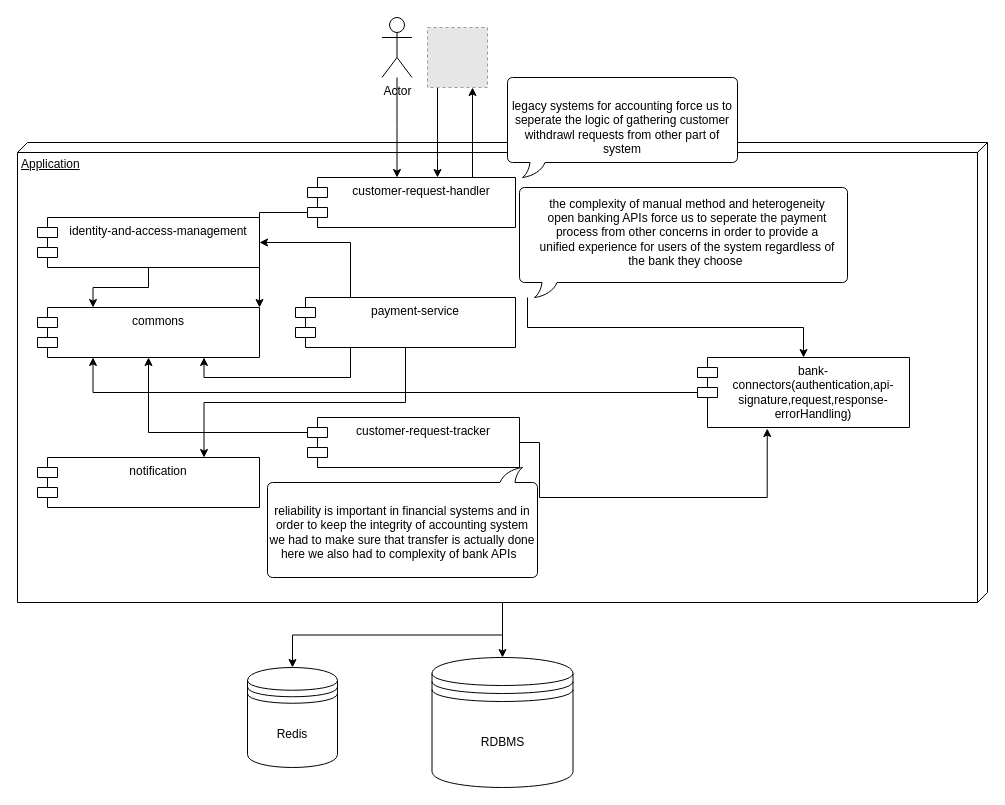
Earlier version of the draw.io diagram image/Untitled Diagram.drawio (shakerdonyavi/wallet). Source tidied: cells renumbered, new cells numbered last; positions are measured from the earlier drawing's top-left corner, leaving out a move shared by most shapes. Both pictures are drawn from the tidied source at 100%, with x=0, y=0 at pixel (17, 17). Pictures stored in the file or linked from it are replaced by grey dashed boxes.
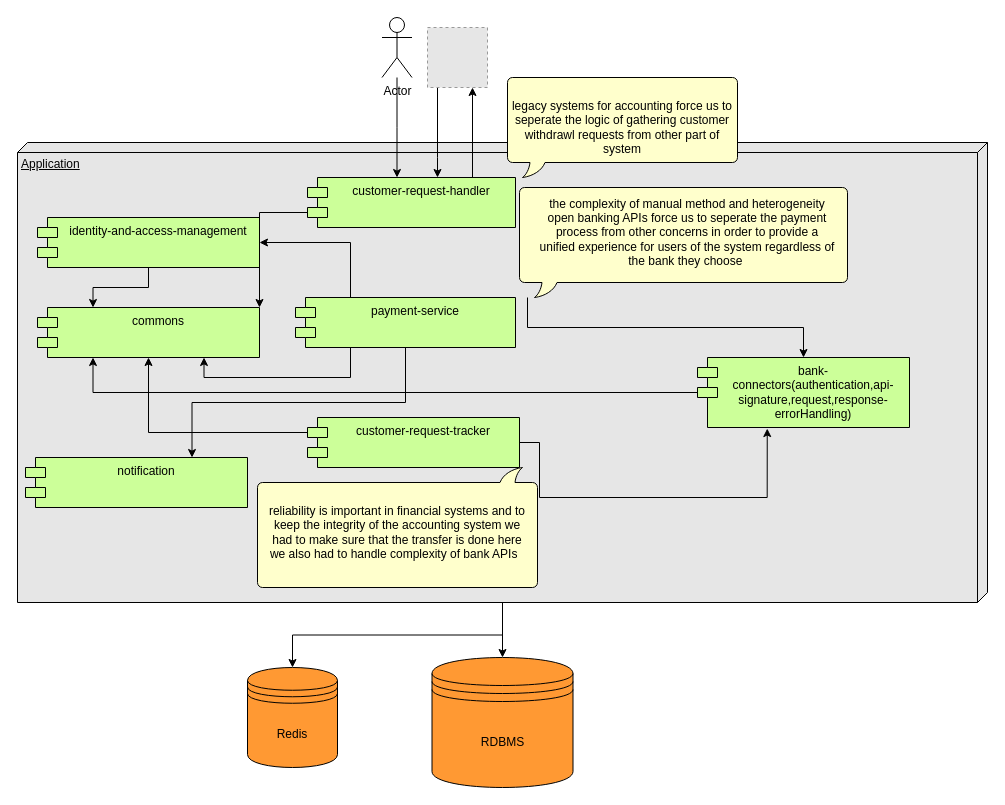
The same diagram, later.

The edit, as a diff of the source:
```diff
@@
-    <mxCell id="4" value="Application" style="verticalAlign=top;align=left;spacingTop=8;spacingLeft=2;spacingRight=12;shape=cube;size=10;direction=south;fontStyle=4;html=1;whiteSpace=wrap;" parent="1" vertex="1">
+    <mxCell id="4" value="Application" style="verticalAlign=top;align=left;spacingTop=8;spacingLeft=2;spacingRight=12;shape=cube;size=10;direction=south;fontStyle=4;html=1;whiteSpace=wrap;fillColor=#E6E6E6;" parent="1" vertex="1">
       <mxGeometry y="125" width="970" height="460" as="geometry" />
     </mxCell>
@@
-    <mxCell id="7" value="customer-request-tracker" style="shape=module;align=left;spacingLeft=20;align=center;verticalAlign=top;whiteSpace=wrap;html=1;" parent="1" vertex="1">
+    <mxCell id="7" value="customer-request-tracker" style="shape=module;align=left;spacingLeft=20;align=center;verticalAlign=top;whiteSpace=wrap;html=1;fillColor=#CCFF99;" parent="1" vertex="1">
       <mxGeometry x="290" y="400" width="212" height="50" as="geometry" />
     </mxCell>
@@
-    <mxCell id="9" value="identity-and-access-management&lt;br&gt;" style="shape=module;align=left;spacingLeft=20;align=center;verticalAlign=top;whiteSpace=wrap;html=1;" parent="1" vertex="1">
+    <mxCell id="9" value="identity-and-access-management&lt;br&gt;" style="shape=module;align=left;spacingLeft=20;align=center;verticalAlign=top;whiteSpace=wrap;html=1;fillColor=#CCFF99;" parent="1" vertex="1">
       <mxGeometry x="20" y="200" width="222" height="50" as="geometry" />
     </mxCell>
-    <mxCell id="10" value="commons" style="shape=module;align=left;spacingLeft=20;align=center;verticalAlign=top;whiteSpace=wrap;html=1;" parent="1" vertex="1">
+    <mxCell id="10" value="commons" style="shape=module;align=left;spacingLeft=20;align=center;verticalAlign=top;whiteSpace=wrap;html=1;fillColor=#CCFF99;" parent="1" vertex="1">
       <mxGeometry x="20" y="290" width="222" height="50" as="geometry" />
     </mxCell>
-    <mxCell id="11" value="RDBMS" style="shape=datastore;whiteSpace=wrap;html=1;" parent="1" vertex="1">
+    <mxCell id="11" value="RDBMS" style="shape=datastore;whiteSpace=wrap;html=1;fillColor=#FF9933;" parent="1" vertex="1">
       <mxGeometry x="414.5" y="640" width="141" height="130" as="geometry" />
     </mxCell>
@@
-    <mxCell id="16" value="payment-service&lt;br&gt;" style="shape=module;align=left;spacingLeft=20;align=center;verticalAlign=top;whiteSpace=wrap;html=1;" parent="1" vertex="1">
+    <mxCell id="16" value="payment-service&lt;br&gt;" style="shape=module;align=left;spacingLeft=20;align=center;verticalAlign=top;whiteSpace=wrap;html=1;fillColor=#CCFF99;" parent="1" vertex="1">
       <mxGeometry x="278" y="280" width="220" height="50" as="geometry" />
     </mxCell>
@@
-    <mxCell id="18" value="bank-connectors(authentication,api-signature,request,response-errorHandling)" style="shape=module;align=left;spacingLeft=20;align=center;verticalAlign=top;whiteSpace=wrap;html=1;" parent="1" vertex="1">
+    <mxCell id="18" value="bank-connectors(authentication,api-signature,request,response-errorHandling)" style="shape=module;align=left;spacingLeft=20;align=center;verticalAlign=top;whiteSpace=wrap;html=1;fillColor=#CCFF99;" parent="1" vertex="1">
       <mxGeometry x="680" y="340" width="212" height="70" as="geometry" />
     </mxCell>
@@
-    <mxCell id="21" value="customer-request-handler&lt;br&gt;" style="shape=module;align=left;spacingLeft=20;align=center;verticalAlign=top;whiteSpace=wrap;html=1;" parent="1" vertex="1">
+    <mxCell id="21" value="customer-request-handler&lt;br&gt;" style="shape=module;align=left;spacingLeft=20;align=center;verticalAlign=top;whiteSpace=wrap;html=1;fillColor=#CCFF99;" parent="1" vertex="1">
       <mxGeometry x="290" y="160" width="208" height="50" as="geometry" />
     </mxCell>
@@
-    <mxCell id="26" value="Redis" style="shape=datastore;whiteSpace=wrap;html=1;" parent="1" vertex="1">
+    <mxCell id="26" value="Redis" style="shape=datastore;whiteSpace=wrap;html=1;fillColor=#FF9933;" parent="1" vertex="1">
       <mxGeometry x="230" y="650" width="90" height="100" as="geometry" />
     </mxCell>
-    <mxCell id="27" style="whiteSpace=wrap;html=1;shape=mxgraph.basic.roundRectCallout;dx=30;dy=15;size=5;boundedLbl=1;" parent="1" vertex="1">
+    <mxCell id="27" style="whiteSpace=wrap;html=1;shape=mxgraph.basic.roundRectCallout;dx=30;dy=15;size=5;boundedLbl=1;fillColor=#FFFFCC;" parent="1" vertex="1">
       <mxGeometry x="490" y="60" width="230" height="100" as="geometry" />
     </mxCell>
@@
-    <mxCell id="29" style="whiteSpace=wrap;html=1;shape=mxgraph.basic.roundRectCallout;dx=30;dy=15;size=5;boundedLbl=1;" parent="1" vertex="1">
+    <mxCell id="29" style="whiteSpace=wrap;html=1;shape=mxgraph.basic.roundRectCallout;dx=30;dy=15;size=5;boundedLbl=1;fillColor=#FFFFCC;" parent="1" vertex="1">
       <mxGeometry x="502" y="170" width="328" height="110" as="geometry" />
     </mxCell>
@@
-    <mxCell id="31" style="whiteSpace=wrap;html=1;shape=mxgraph.basic.roundRectCallout;dx=30;dy=15;size=5;boundedLbl=1;rotation=-180;" parent="1" vertex="1">
-      <mxGeometry x="250" y="450" width="270" height="110" as="geometry" />
+    <mxCell id="31" style="whiteSpace=wrap;html=1;shape=mxgraph.basic.roundRectCallout;dx=30;dy=15;size=5;boundedLbl=1;rotation=-180;fillColor=#FFFFCC;" parent="1" vertex="1">
+      <mxGeometry x="240" y="450" width="280" height="120" as="geometry" />
     </mxCell>
-    <mxCell id="32" value="reliability is important in financial systems and in order to keep the integrity of accounting system we had to make sure that transfer is actually done here we also had to complexity of bank APIs&amp;nbsp;&amp;nbsp;" style="text;html=1;strokeColor=none;fillColor=none;align=center;verticalAlign=middle;whiteSpace=wrap;rounded=0;" parent="1" vertex="1">
-      <mxGeometry x="250" y="475" width="270" height="80" as="geometry" />
+    <mxCell id="32" value="reliability is important in financial systems and to keep the integrity of the accounting system we had to make sure that the transfer is done here we also had to handle complexity of bank APIs&amp;nbsp;&amp;nbsp;" style="text;html=1;strokeColor=#FFFFCC;fillColor=none;align=center;verticalAlign=middle;whiteSpace=wrap;rounded=0;" parent="1" vertex="1">
+      <mxGeometry x="245" y="475" width="270" height="80" as="geometry" />
     </mxCell>
-    <mxCell id="33" value="notification&lt;br&gt;" style="shape=module;align=left;spacingLeft=20;align=center;verticalAlign=top;whiteSpace=wrap;html=1;" parent="1" vertex="1">
-      <mxGeometry x="20" y="440" width="222" height="50" as="geometry" />
+    <mxCell id="33" value="notification&lt;br&gt;" style="shape=module;align=left;spacingLeft=20;align=center;verticalAlign=top;whiteSpace=wrap;html=1;fillColor=#CCFF99;" parent="1" vertex="1">
+      <mxGeometry x="8" y="440" width="222" height="50" as="geometry" />
     </mxCell>
```
